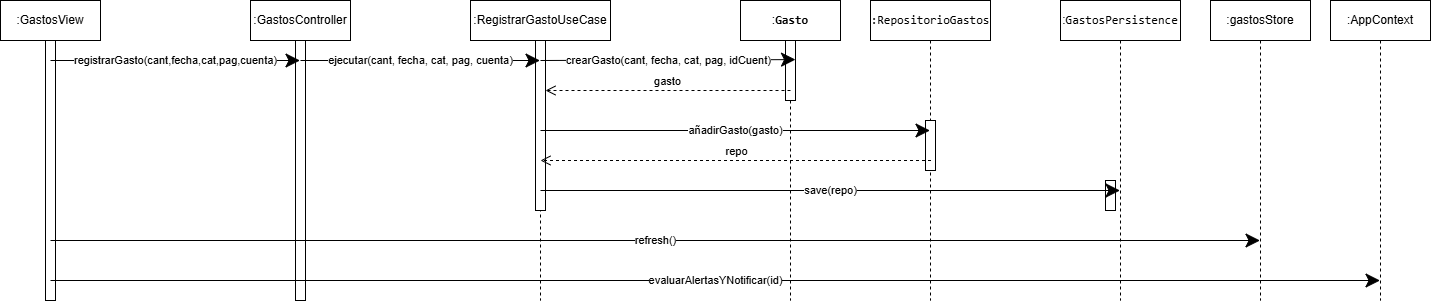
Earlier version of the draw.io export docs/imagenes/interaccion.png (PAULALUCASLEAL/PROYECTO_BANCO_TDS). Source tidied: cells renumbered, new cells last; positions are measured from the earlier drawing's top-left corner, leaving out a move shared by most shapes.
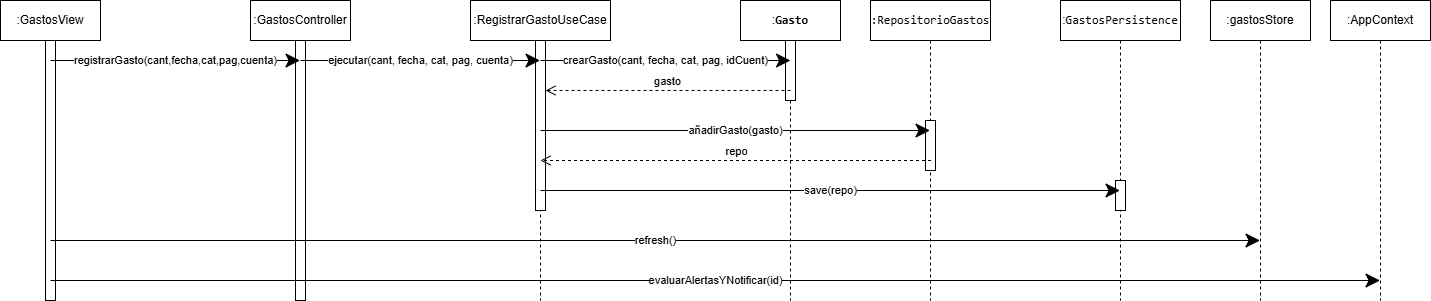
The same file after the commit.

Commit message:
Ultimo retoque

The edit, as a diff of the source:
```diff
@@ -45,9 +45,10 @@
         <mxPoint x="300" y="60" as="sourcePoint" />
       </mxGeometry>
     </mxCell>
-    <mxCell id="15" value="crearGasto(cant, fecha, cat, pag, idCuent)" style="endArrow=classic;endSize=12;html=1;rounded=0;entryX=0.55;entryY=0.197;entryDx=0;entryDy=0;entryPerimeter=0;endFill=1;" parent="1" edge="1" target="6">
+    <mxCell id="15" value="crearGasto(cant, fecha, cat, pag, idCuent)" style="endArrow=classic;endSize=12;html=1;rounded=0;endFill=1;" parent="1" edge="1">
       <mxGeometry relative="1" as="geometry">
         <mxPoint x="540" y="60" as="sourcePoint" />
+        <mxPoint x="790" y="60" as="targetPoint" />
       </mxGeometry>
     </mxCell>
     <mxCell id="16" value="gasto" style="html=1;verticalAlign=bottom;endArrow=open;dashed=1;endSize=8;curved=0;rounded=0;" parent="1" edge="1" target="5">
@@ -59,7 +60,7 @@
       <mxGeometry x="1060" width="120" height="300" as="geometry" />
     </mxCell>
     <mxCell id="18" style="html=1;perimeter=orthogonalPerimeter;targetShapes=umlLifeline;newEdgeStyle={&quot;curved&quot;:0,&quot;rounded&quot;:0};" parent="17" vertex="1">
-      <mxGeometry x="45" y="180" width="10" height="30" as="geometry" />
+      <mxGeometry x="55" y="180" width="10" height="30" as="geometry" />
     </mxCell>
     <mxCell id="19" value="añadirGasto(gasto)" style="endArrow=classic;endSize=12;html=1;rounded=0;endFill=1;" parent="1" edge="1" target="8">
       <mxGeometry relative="1" as="geometry">
```
